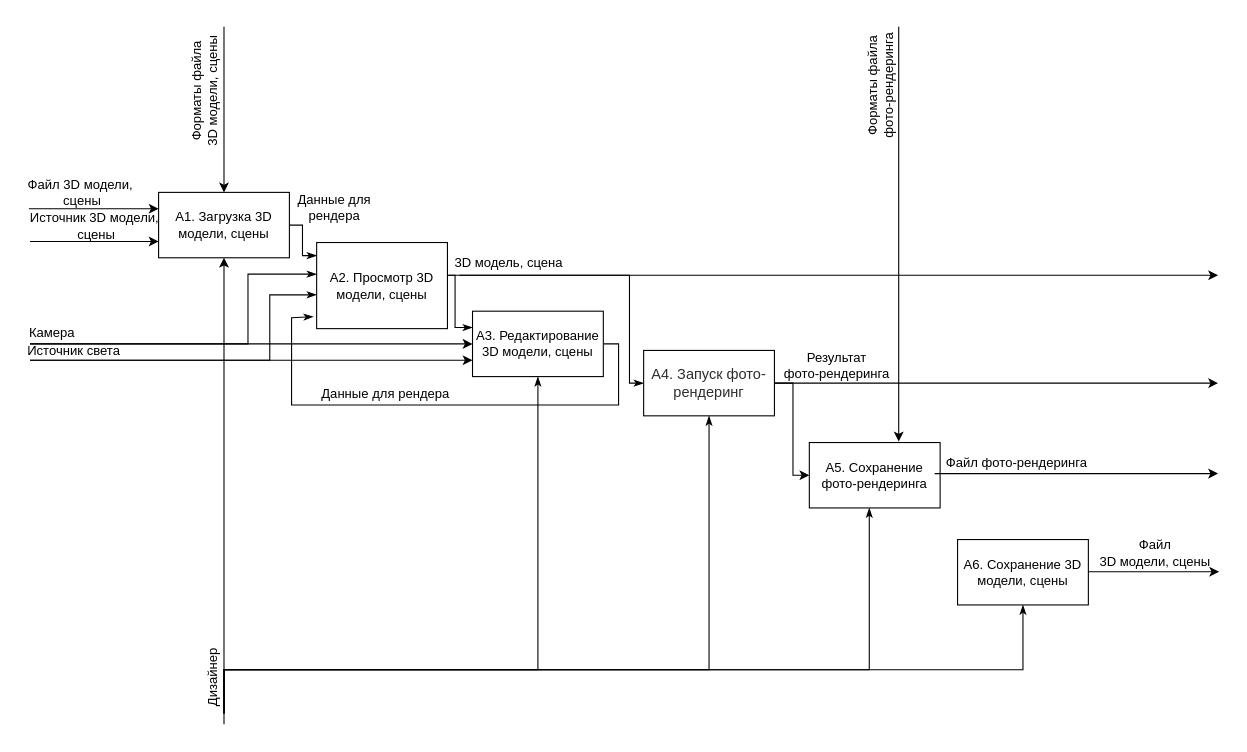
This is page "A0_Details" (2 of 3) of module_2/IDEF0.drawio from SheinEA/gb_architect, a draw.io file, before an edit. Source tidied: cells renumbered, new cells numbered last; positions are measured from the earlier drawing's top-left corner, leaving out a move shared by most shapes. Both pictures are drawn from the tidied source at 109%, with x=0, y=0 at pixel (19, 26).
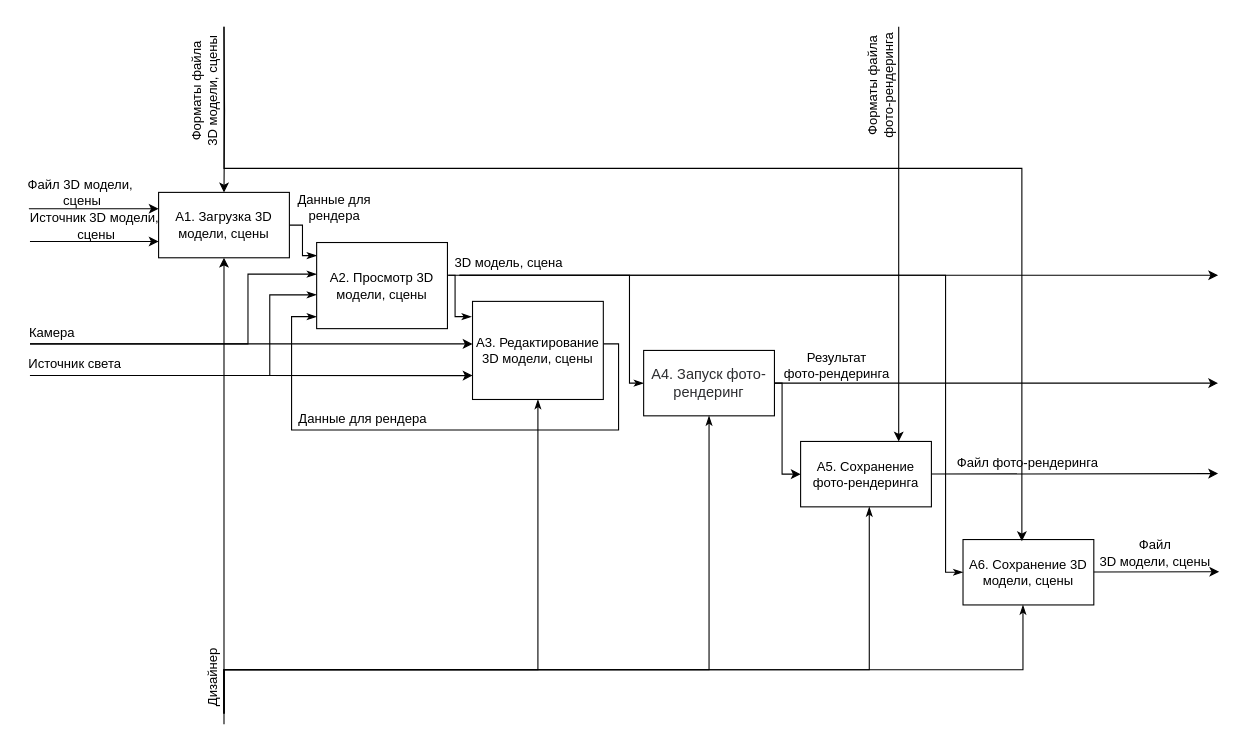
After the change.

The change refers to these unchanged cells:
```xml
<mxCell id="22" value="&lt;span&gt;A1. Загрузка 3D модели, сцены&lt;/span&gt;" style="rounded=0;whiteSpace=wrap;html=1;" parent="1" vertex="1">
  <mxGeometry x="128" y="152" width="120" height="60" as="geometry" />
</mxCell>
<mxCell id="25" value="&lt;span&gt;A2.&amp;nbsp;&lt;/span&gt;Просмотр 3D модели, сцены" style="rounded=0;whiteSpace=wrap;html=1;" parent="1" vertex="1">
  <mxGeometry x="273" y="198" width="120" height="79" as="geometry" />
</mxCell>
<mxCell id="34" value="&lt;span style=&quot;color: rgb(44 , 45 , 48) ; font-family: &amp;#34;arial&amp;#34; ; font-size: 13.3333px&quot;&gt;A4. Запуск фото- рендеринг&lt;/span&gt;" style="rounded=0;whiteSpace=wrap;html=1;" parent="1" vertex="1">
  <mxGeometry x="573" y="297" width="120" height="60" as="geometry" />
</mxCell>
```

Diff of the diagram source:
```diff
@@
-    <mxCell id="6" style="endArrow=classic;html=1;entryX=0.5;entryY=0;entryDx=0;entryDy=0;" parent="1" edge="1" target="22">
+    <mxCell id="6" style="endArrow=classic;html=1;entryX=0.5;entryY=0;entryDx=0;entryDy=0;edgeStyle=orthogonalEdgeStyle;rounded=0;" parent="1" edge="1" target="22">
       <mxGeometry relative="1" as="geometry">
         <mxPoint x="188" as="sourcePoint" />
       </mxGeometry>
     </mxCell>
@@
     <mxCell id="12" value="&lt;font style=&quot;font-size: 12px&quot;&gt;Файл фото-рендеринга&lt;/font&gt;" style="text;html=1;align=center;verticalAlign=middle;strokeColor=none;" parent="1" vertex="1">
-      <mxGeometry x="840" y="390" width="150" height="20" as="geometry" />
+      <mxGeometry x="850" y="390" width="150" height="20" as="geometry" />
     </mxCell>
@@
-    <mxCell id="15" style="endArrow=classic;html=1;entryX=0;entryY=0.5;entryDx=0;entryDy=0;" parent="1" edge="1" target="28">
+    <mxCell id="15" style="endArrow=classic;html=1;" parent="1" edge="1">
       <mxGeometry relative="1" as="geometry">
         <mxPoint x="10" y="291" as="sourcePoint" />
+        <mxPoint x="416" y="291" as="targetPoint" />
+        <Array as="points">
+          <mxPoint x="210" y="291" />
+        </Array>
       </mxGeometry>
     </mxCell>
@@
-    <mxCell id="17" style="endArrow=classic;html=1;entryX=0;entryY=0.75;entryDx=0;entryDy=0;" parent="1" edge="1" target="28">
+    <mxCell id="17" style="endArrow=classic;html=1;entryX=-0.004;entryY=0.803;entryDx=0;entryDy=0;entryPerimeter=0;" parent="1" edge="1">
       <mxGeometry relative="1" as="geometry">
-        <mxPoint x="10" y="306" as="sourcePoint" />
+        <mxPoint x="10" y="320" as="sourcePoint" />
+        <mxPoint x="416" y="320.1" as="targetPoint" />
       </mxGeometry>
     </mxCell>
     <mxCell id="18" value="Источник света" style="text;html=1;align=center;verticalAlign=middle;strokeColor=none;" parent="1" vertex="1">
-      <mxGeometry y="288" width="100" height="20" as="geometry" />
+      <mxGeometry x="1" y="300" width="100" height="20" as="geometry" />
     </mxCell>
@@
-    <mxCell id="23" style="edgeStyle=orthogonalEdgeStyle;rounded=0;jettySize=auto;html=1;entryX=0;entryY=0.25;entryDx=0;entryDy=0;endArrow=classicThin;endFill=1;" parent="1" edge="1" source="25" target="28">
+    <mxCell id="23" style="edgeStyle=orthogonalEdgeStyle;rounded=0;jettySize=auto;html=1;entryX=-0.008;entryY=0.156;entryDx=0;entryDy=0;endArrow=classicThin;endFill=1;entryPerimeter=0;" parent="1" edge="1" source="25" target="28">
       <mxGeometry relative="1" as="geometry">
         <Array as="points">
           <mxPoint x="400" y="228" />
-          <mxPoint x="400" y="276" />
+          <mxPoint x="400" y="266" />
         </Array>
       </mxGeometry>
     </mxCell>
@@
-    <mxCell id="27" style="edgeStyle=orthogonalEdgeStyle;rounded=0;jettySize=auto;html=1;endArrow=classicThin;endFill=1;entryX=-0.025;entryY=0.861;entryDx=0;entryDy=0;entryPerimeter=0;" parent="1" edge="1" source="28" target="25">
+    <mxCell id="27" style="edgeStyle=orthogonalEdgeStyle;rounded=0;jettySize=auto;html=1;endArrow=classicThin;endFill=1;" parent="1" edge="1" source="28" target="25">
       <mxGeometry relative="1" as="geometry">
         <Array as="points">
           <mxPoint x="550" y="291" />
-          <mxPoint x="550" y="347" />
-          <mxPoint x="250" y="347" />
-          <mxPoint x="250" y="267" />
+          <mxPoint x="550" y="370" />
+          <mxPoint x="250" y="370" />
+          <mxPoint x="250" y="266" />
         </Array>
       </mxGeometry>
     </mxCell>
     <mxCell id="28" value="&lt;span&gt;A3. Редактирование 3D модели, сцены&lt;/span&gt;" style="rounded=0;whiteSpace=wrap;html=1;" parent="1" vertex="1">
-      <mxGeometry x="416" y="261" width="120" height="60" as="geometry" />
+      <mxGeometry x="416" y="252" width="120" height="90" as="geometry" />
     </mxCell>
     <mxCell id="29" value="Данные для рендера" style="text;html=1;align=center;verticalAlign=middle;strokeColor=none;" parent="1" vertex="1">
-      <mxGeometry x="271" y="327" width="130" height="20" as="geometry" />
+      <mxGeometry x="250" y="350" width="130" height="20" as="geometry" />
     </mxCell>
@@
     <mxCell id="31" style="edgeStyle=orthogonalEdgeStyle;rounded=0;jettySize=auto;html=1;endArrow=classicThin;endFill=1;" parent="1" edge="1" target="25">
       <mxGeometry relative="1" as="geometry">
-        <mxPoint x="10" y="306" as="sourcePoint" />
+        <mxPoint x="10" y="320" as="sourcePoint" />
         <Array as="points">
-          <mxPoint x="230" y="306" />
+          <mxPoint x="10" y="320" />
+          <mxPoint x="230" y="320" />
           <mxPoint x="230" y="246" />
         </Array>
       </mxGeometry>
     </mxCell>
@@
     <mxCell id="35" value="A6. Сохранение 3D модели, сцены" style="rounded=0;whiteSpace=wrap;html=1;" parent="1" vertex="1">
-      <mxGeometry x="861" y="470.5" width="120" height="60" as="geometry" />
+      <mxGeometry x="866" y="470.5" width="120" height="60" as="geometry" />
     </mxCell>
     <mxCell id="36" value="A5. Сохранение фото-рендеринга" style="rounded=0;whiteSpace=wrap;html=1;" parent="1" vertex="1">
-      <mxGeometry x="725" y="381.5" width="120" height="60" as="geometry" />
+      <mxGeometry x="717" y="380.5" width="120" height="60" as="geometry" />
     </mxCell>
@@
-    <mxCell id="40" style="endArrow=classic;html=1;exitX=1.008;exitY=0.38;exitDx=0;exitDy=0;exitPerimeter=0;" parent="1" edge="1">
+    <mxCell id="40" style="endArrow=classic;html=1;" parent="1" edge="1" source="36">
       <mxGeometry relative="1" as="geometry">
-        <mxPoint x="840" y="410" as="sourcePoint" />
         <mxPoint x="1100" y="410" as="targetPoint" />
       </mxGeometry>
     </mxCell>
-    <mxCell id="41" style="endArrow=classic;html=1;exitX=1.008;exitY=0.38;exitDx=0;exitDy=0;exitPerimeter=0;" parent="1" edge="1">
+    <mxCell id="41" style="endArrow=classic;html=1;" parent="1" edge="1" source="35">
       <mxGeometry relative="1" as="geometry">
-        <mxPoint x="981" y="500" as="sourcePoint" />
         <mxPoint x="1101" y="500" as="targetPoint" />
       </mxGeometry>
     </mxCell>
     <mxCell id="42" style="edgeStyle=orthogonalEdgeStyle;rounded=0;jettySize=auto;html=1;entryX=0;entryY=0.5;entryDx=0;entryDy=0;" parent="1" edge="1" source="34" target="36">
       <mxGeometry relative="1" as="geometry">
         <Array as="points">
-          <mxPoint x="710" y="327" />
-          <mxPoint x="710" y="412" />
+          <mxPoint x="700" y="327" />
+          <mxPoint x="700" y="411" />
         </Array>
       </mxGeometry>
     </mxCell>
+    <mxCell id="43" style="edgeStyle=orthogonalEdgeStyle;rounded=0;jettySize=auto;html=1;endArrow=classicThin;endFill=1;entryX=0;entryY=0.5;entryDx=0;entryDy=0;" parent="1" edge="1" target="35">
+      <mxGeometry relative="1" as="geometry">
+        <mxPoint x="404" y="228" as="sourcePoint" />
+        <Array as="points">
+          <mxPoint x="850" y="228" />
+          <mxPoint x="850" y="501" />
+        </Array>
+      </mxGeometry>
+    </mxCell>
+    <mxCell id="44" style="endArrow=classic;html=1;entryX=0.45;entryY=0.025;entryDx=0;entryDy=0;edgeStyle=orthogonalEdgeStyle;rounded=0;entryPerimeter=0;" parent="1" edge="1" target="35">
+      <mxGeometry relative="1" as="geometry">
+        <mxPoint x="188" as="sourcePoint" />
+        <Array as="points">
+          <mxPoint x="188" y="130" />
+          <mxPoint x="920" y="130" />
+        </Array>
+      </mxGeometry>
+    </mxCell>
```
